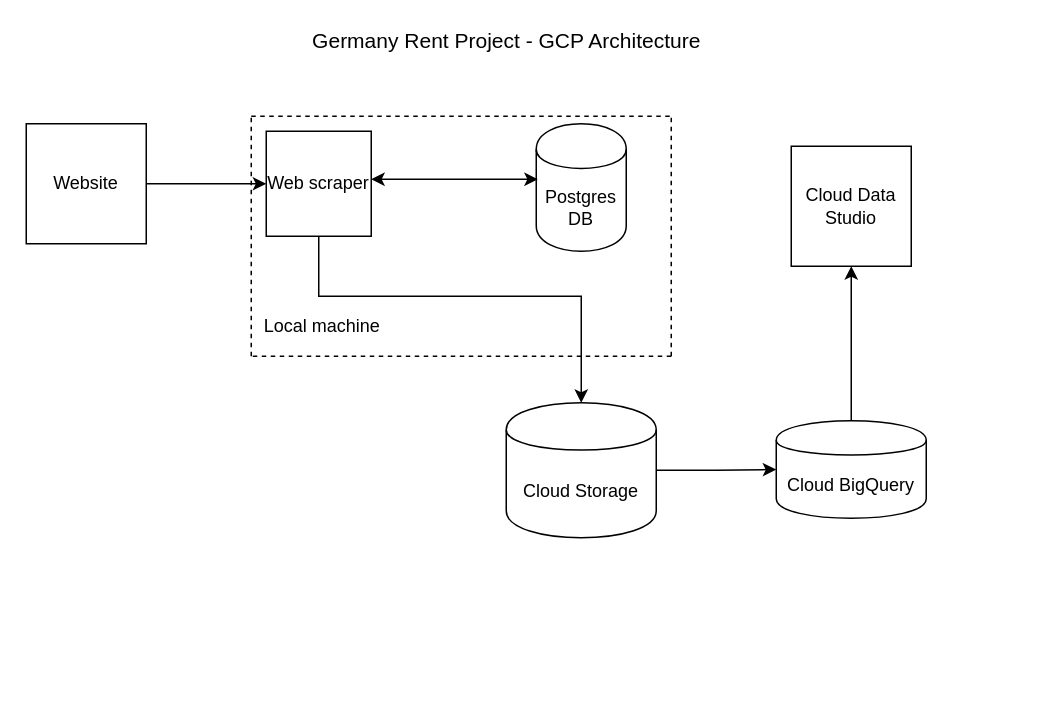
Before: GCP_scripts/gcp_solution.dio in felipedmnq/rent-houses--germany, a draw.io diagram. Source tidied: cells renumbered, new cells numbered last; positions are measured from the earlier drawing's top-left corner, leaving out a move shared by most shapes. Both pictures are drawn from the tidied source at 150%, with x=0, y=0 at pixel (26, 26).
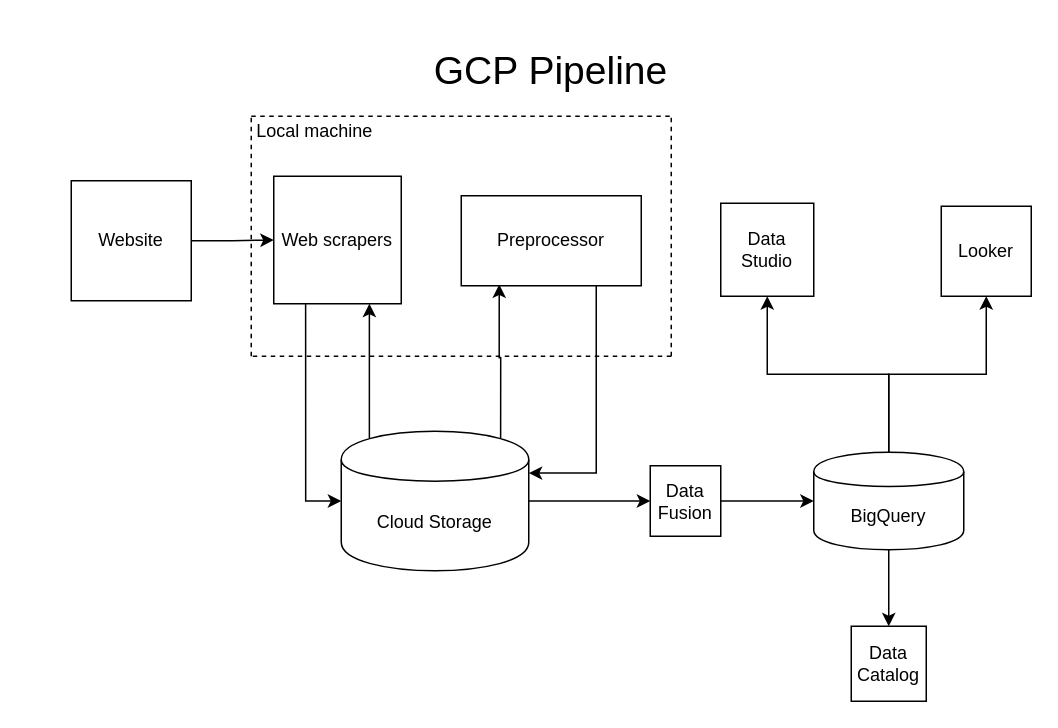
The same diagram, later.

Commit message:
update GCP pipeline diagram

The edit, as a diff of the source:
```diff
@@
     <mxCell id="3" value="Website" style="rounded=0;whiteSpace=wrap;html=1;" parent="1" vertex="1">
-      <mxGeometry y="65" width="80" height="80" as="geometry" />
+      <mxGeometry x="30" y="103" width="80" height="80" as="geometry" />
     </mxCell>
@@
-    <mxCell id="5" style="edgeStyle=orthogonalEdgeStyle;rounded=0;html=1;exitX=0.75;exitY=1;entryX=0.5;entryY=0;jettySize=auto;" parent="1" edge="1" source="6" target="9">
-      <mxGeometry relative="1" as="geometry">
-        <Array as="points">
-          <mxPoint x="195" y="140" />
-          <mxPoint x="195" y="180" />
-          <mxPoint x="370" y="180" />
-        </Array>
-      </mxGeometry>
+    <mxCell id="5" style="edgeStyle=orthogonalEdgeStyle;rounded=0;html=1;exitX=0.25;exitY=1;entryX=0;entryY=0.5;jettySize=auto;fontSize=12;" parent="1" edge="1" source="6" target="9">
+      <mxGeometry relative="1" as="geometry" />
     </mxCell>
-    <mxCell id="6" value="Web scraper" style="whiteSpace=wrap;html=1;" parent="1" vertex="1">
-      <mxGeometry x="160" y="70" width="70" height="70" as="geometry" />
+    <mxCell id="6" value="Web scrapers" style="whiteSpace=wrap;html=1;" parent="1" vertex="1">
+      <mxGeometry x="165" y="100" width="85" height="85" as="geometry" />
     </mxCell>
-    <mxCell id="7" value="Postgres DB" style="shape=cylinder;whiteSpace=wrap;html=1;boundedLbl=1;" parent="1" vertex="1">
-      <mxGeometry x="340" y="65" width="60" height="85" as="geometry" />
-    </mxCell>
-    <mxCell id="8" style="edgeStyle=orthogonalEdgeStyle;rounded=0;html=1;exitX=1;exitY=0.5;jettySize=auto;" parent="1" edge="1" source="9" target="15">
-      <mxGeometry relative="1" as="geometry" />
-    </mxCell>
+    <mxCell id="19" style="edgeStyle=orthogonalEdgeStyle;rounded=0;html=1;exitX=0.15;exitY=0.05;exitPerimeter=0;jettySize=auto;fontSize=12;entryX=0.75;entryY=1;" parent="1" edge="1" source="9" target="6">
+      <mxGeometry relative="1" as="geometry" />
+    </mxCell>
+    <mxCell id="20" style="edgeStyle=orthogonalEdgeStyle;rounded=0;html=1;exitX=1;exitY=0.5;jettySize=auto;fontSize=12;entryX=0;entryY=0.5;" parent="1" edge="1" source="9" target="26">
+      <mxGeometry relative="1" as="geometry" />
+    </mxCell>
+    <mxCell id="21" style="edgeStyle=orthogonalEdgeStyle;rounded=0;html=1;exitX=0.85;exitY=0.05;exitPerimeter=0;entryX=0.211;entryY=0.986;jettySize=auto;fontSize=12;entryPerimeter=0;" parent="1" edge="1" source="9" target="30">
+      <mxGeometry relative="1" as="geometry">
+        <Array as="points">
+          <mxPoint x="316" y="221" />
+          <mxPoint x="316" y="221" />
+        </Array>
+      </mxGeometry>
+    </mxCell>
     <mxCell id="9" value="Cloud Storage" style="shape=cylinder;whiteSpace=wrap;html=1;boundedLbl=1;" parent="1" vertex="1">
-      <mxGeometry x="320" y="251" width="100" height="90" as="geometry" />
+      <mxGeometry x="210" y="270" width="125" height="93" as="geometry" />
     </mxCell>
@@
     <mxCell id="13" value="Local machine" style="text;html=1;strokeColor=none;fillColor=none;align=center;verticalAlign=middle;whiteSpace=wrap;rounded=0;" parent="1" vertex="1">
-      <mxGeometry x="155" y="190" width="85" height="20" as="geometry" />
+      <mxGeometry x="150" y="60" width="85" height="20" as="geometry" />
     </mxCell>
@@
+    <mxCell id="22" style="edgeStyle=orthogonalEdgeStyle;rounded=0;html=1;exitX=0.5;exitY=1;entryX=0.5;entryY=0;jettySize=auto;" parent="1" edge="1" source="15" target="27">
+      <mxGeometry relative="1" as="geometry" />
+    </mxCell>
+    <mxCell id="23" style="edgeStyle=orthogonalEdgeStyle;rounded=0;html=1;exitX=0.5;exitY=0;entryX=0.5;entryY=1;jettySize=auto;" parent="1" edge="1" source="15" target="28">
+      <mxGeometry relative="1" as="geometry" />
+    </mxCell>
-    <mxCell id="15" value="Cloud BigQuery" style="shape=cylinder;whiteSpace=wrap;html=1;boundedLbl=1;" parent="1" vertex="1">
-      <mxGeometry x="500" y="263" width="100" height="65" as="geometry" />
+    <mxCell id="15" value="BigQuery" style="shape=cylinder;whiteSpace=wrap;html=1;boundedLbl=1;" parent="1" vertex="1">
+      <mxGeometry x="525" y="284" width="100" height="65" as="geometry" />
     </mxCell>
-    <mxCell id="16" value="Cloud Data Studio" style="whiteSpace=wrap;html=1;" parent="1" vertex="1">
-      <mxGeometry x="510" y="80" width="80" height="80" as="geometry" />
+    <mxCell id="16" value="Data Studio" style="whiteSpace=wrap;html=1;" parent="1" vertex="1">
+      <mxGeometry x="463" y="118" width="62" height="62" as="geometry" />
     </mxCell>
-    <mxCell id="17" style="endArrow=classic;startArrow=classic;html=1;entryX=0.017;entryY=0.435;entryPerimeter=0;" parent="1" edge="1" target="7">
-      <mxGeometry relative="1" as="geometry">
-        <mxPoint x="230" y="102" as="sourcePoint" />
-      </mxGeometry>
-    </mxCell>
-    <mxCell id="18" value="Germany Rent Project - GCP Architecture" style="text;html=1;strokeColor=none;fillColor=none;align=center;verticalAlign=middle;whiteSpace=wrap;rounded=0;fontSize=14;" parent="1" vertex="1">
-      <mxGeometry x="98" width="445" height="20" as="geometry" />
+    <mxCell id="18" value="GCP Pipeline" style="text;html=1;strokeColor=none;fillColor=none;align=center;verticalAlign=middle;whiteSpace=wrap;rounded=0;fontSize=26;" parent="1" vertex="1">
+      <mxGeometry x="30" y="20" width="640" height="20" as="geometry" />
     </mxCell>
+    <mxCell id="24" style="edgeStyle=orthogonalEdgeStyle;rounded=0;html=1;exitX=0;exitY=0.25;entryX=0;entryY=0.25;jettySize=auto;orthogonalLoop=1;" parent="1" edge="1">
+      <mxGeometry relative="1" as="geometry">
+        <mxPoint x="330" y="133" as="sourcePoint" />
+        <mxPoint x="330" y="133" as="targetPoint" />
+      </mxGeometry>
+    </mxCell>
+    <mxCell id="25" style="edgeStyle=orthogonalEdgeStyle;rounded=0;html=1;exitX=1;exitY=0.5;entryX=0;entryY=0.5;jettySize=auto;" parent="1" edge="1" source="26" target="15">
+      <mxGeometry relative="1" as="geometry" />
+    </mxCell>
+    <mxCell id="26" value="Data Fusion" style="whiteSpace=wrap;html=1;" parent="1" vertex="1">
+      <mxGeometry x="416" y="293" width="47" height="47" as="geometry" />
+    </mxCell>
+    <mxCell id="27" value="Data Catalog" style="whiteSpace=wrap;html=1;" parent="1" vertex="1">
+      <mxGeometry x="550" y="400" width="50" height="50" as="geometry" />
+    </mxCell>
+    <mxCell id="28" value="Looker" style="whiteSpace=wrap;html=1;" parent="1" vertex="1">
+      <mxGeometry x="610" y="120" width="60" height="60" as="geometry" />
+    </mxCell>
+    <mxCell id="29" style="edgeStyle=orthogonalEdgeStyle;rounded=0;html=1;exitX=0.75;exitY=1;entryX=1;entryY=0.3;jettySize=auto;fontSize=12;" parent="1" edge="1" source="30" target="9">
+      <mxGeometry relative="1" as="geometry" />
+    </mxCell>
+    <mxCell id="30" value="Preprocessor" style="rounded=0;whiteSpace=wrap;html=1;fontSize=12;" parent="1" vertex="1">
+      <mxGeometry x="290" y="113" width="120" height="60" as="geometry" />
+    </mxCell>
```
